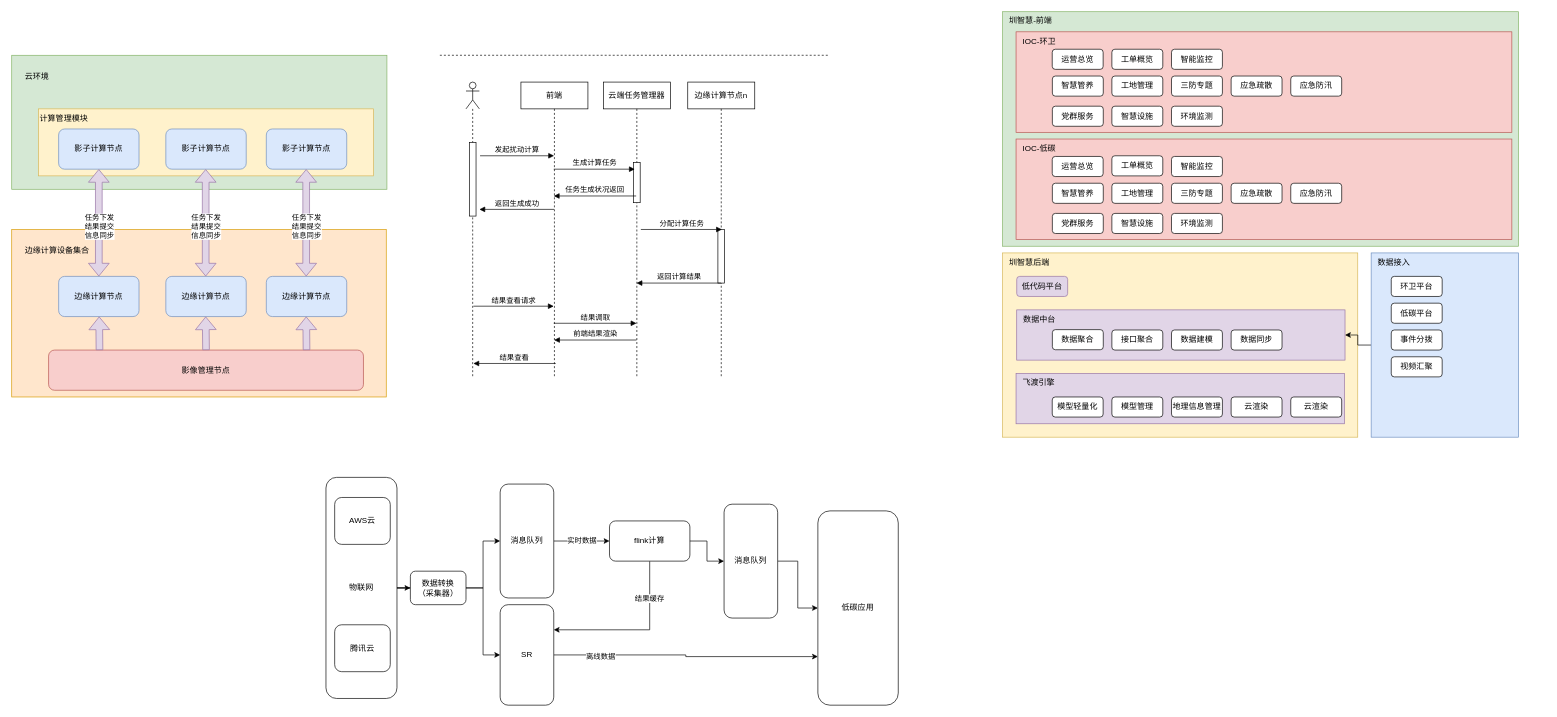
Above: 计算流程.drawio in dforel/dforel (draw.io), before the change. Source tidied: cells renumbered, new cells numbered last; positions are measured from the earlier drawing's top-left corner, leaving out a move shared by most shapes. Both pictures are drawn from the tidied source at 67%, with x=0, y=0 at pixel (11, 11).
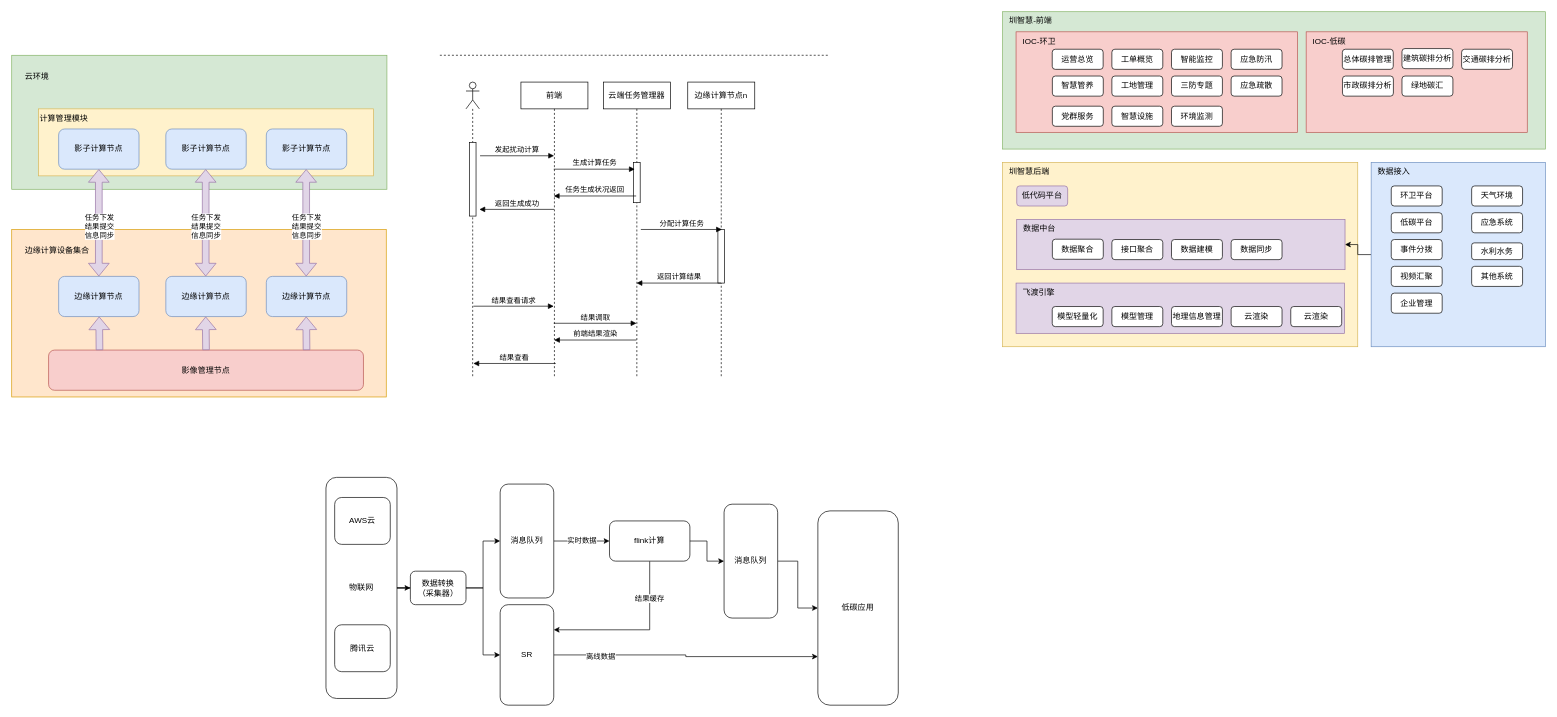
Above is the later version.

Commit message:
更新计算流程.drawio

What changed in the source:
```diff
@@
     <mxCell id="59" value="圳智慧-前端" style="rounded=0;whiteSpace=wrap;html=1;verticalAlign=top;align=left;spacingLeft=8;fillColor=#d5e8d4;strokeColor=#82b366;" parent="1" vertex="1">
-      <mxGeometry x="1479" width="770" height="350" as="geometry" />
+      <mxGeometry x="1479" width="810" height="205" as="geometry" />
     </mxCell>
     <mxCell id="60" value="圳智慧后端" style="rounded=0;whiteSpace=wrap;html=1;verticalAlign=top;align=left;spacingLeft=8;fillColor=#fff2cc;strokeColor=#d6b656;" parent="1" vertex="1">
-      <mxGeometry x="1479" y="360" width="530" height="275" as="geometry" />
+      <mxGeometry x="1479" y="225" width="530" height="275" as="geometry" />
     </mxCell>
     <mxCell id="61" value="低代码平台" style="rounded=1;whiteSpace=wrap;html=1;fillColor=#e1d5e7;strokeColor=#9673a6;" parent="1" vertex="1">
-      <mxGeometry x="1500" y="395" width="76" height="30" as="geometry" />
+      <mxGeometry x="1500" y="260" width="76" height="30" as="geometry" />
     </mxCell>
     <mxCell id="62" value="IOC-环卫" style="rounded=0;whiteSpace=wrap;html=1;verticalAlign=top;align=left;spacingLeft=8;fillColor=#f8cecc;strokeColor=#b85450;" parent="1" vertex="1">
-      <mxGeometry x="1499" y="30" width="740" height="150" as="geometry" />
+      <mxGeometry x="1499" y="30" width="420" height="150" as="geometry" />
     </mxCell>
@@
     <mxCell id="70" value="应急防汛" style="rounded=1;whiteSpace=wrap;html=1;" parent="1" vertex="1">
-      <mxGeometry x="1909" y="96" width="76" height="30" as="geometry" />
+      <mxGeometry x="1820" y="56" width="76" height="30" as="geometry" />
     </mxCell>
@@
     <mxCell id="74" value="IOC-低碳" style="rounded=0;whiteSpace=wrap;html=1;verticalAlign=top;align=left;spacingLeft=8;fillColor=#f8cecc;strokeColor=#b85450;" parent="1" vertex="1">
-      <mxGeometry x="1499" y="190" width="740" height="150" as="geometry" />
+      <mxGeometry x="1932" y="30" width="330" height="150" as="geometry" />
     </mxCell>
-    <mxCell id="75" value="运营总览" style="rounded=1;whiteSpace=wrap;html=1;" parent="1" vertex="1">
-      <mxGeometry x="1553" y="216" width="76" height="30" as="geometry" />
+    <mxCell id="75" value="总体碳排管理" style="rounded=1;whiteSpace=wrap;html=1;" parent="1" vertex="1">
+      <mxGeometry x="1986" y="56" width="76" height="30" as="geometry" />
     </mxCell>
-    <mxCell id="76" value="工单概览" style="rounded=1;whiteSpace=wrap;html=1;" parent="1" vertex="1">
-      <mxGeometry x="1642" y="215" width="76" height="30" as="geometry" />
+    <mxCell id="76" value="建筑碳排分析" style="rounded=1;whiteSpace=wrap;html=1;" parent="1" vertex="1">
+      <mxGeometry x="2075" y="55" width="76" height="30" as="geometry" />
     </mxCell>
-    <mxCell id="77" value="智能监控" style="rounded=1;whiteSpace=wrap;html=1;" parent="1" vertex="1">
-      <mxGeometry x="1731" y="216" width="76" height="30" as="geometry" />
+    <mxCell id="77" value="交通碳排分析" style="rounded=1;whiteSpace=wrap;html=1;" parent="1" vertex="1">
+      <mxGeometry x="2164" y="56" width="76" height="30" as="geometry" />
     </mxCell>
-    <mxCell id="78" value="智慧管养" style="rounded=1;whiteSpace=wrap;html=1;" parent="1" vertex="1">
-      <mxGeometry x="1553.2" y="256" width="76" height="30" as="geometry" />
+    <mxCell id="78" value="市政碳排分析" style="rounded=1;whiteSpace=wrap;html=1;" parent="1" vertex="1">
+      <mxGeometry x="1986.2" y="96" width="76" height="30" as="geometry" />
     </mxCell>
-    <mxCell id="79" value="工地管理" style="rounded=1;whiteSpace=wrap;html=1;" parent="1" vertex="1">
-      <mxGeometry x="1642" y="256" width="76" height="30" as="geometry" />
+    <mxCell id="79" value="绿地碳汇" style="rounded=1;whiteSpace=wrap;html=1;" parent="1" vertex="1">
+      <mxGeometry x="2075" y="96" width="76" height="30" as="geometry" />
     </mxCell>
-    <mxCell id="80" value="三防专题" style="rounded=1;whiteSpace=wrap;html=1;" parent="1" vertex="1">
-      <mxGeometry x="1731" y="256" width="76" height="30" as="geometry" />
-    </mxCell>
-    <mxCell id="81" value="应急疏散" style="rounded=1;whiteSpace=wrap;html=1;" parent="1" vertex="1">
-      <mxGeometry x="1820" y="256" width="76" height="30" as="geometry" />
-    </mxCell>
-    <mxCell id="82" value="应急防汛" style="rounded=1;whiteSpace=wrap;html=1;" parent="1" vertex="1">
-      <mxGeometry x="1909" y="256" width="76" height="30" as="geometry" />
-    </mxCell>
-    <mxCell id="83" value="党群服务" style="rounded=1;whiteSpace=wrap;html=1;" parent="1" vertex="1">
-      <mxGeometry x="1553.2" y="301" width="76" height="30" as="geometry" />
-    </mxCell>
-    <mxCell id="84" value="智慧设施" style="rounded=1;whiteSpace=wrap;html=1;" parent="1" vertex="1">
-      <mxGeometry x="1642" y="301" width="76" height="30" as="geometry" />
-    </mxCell>
-    <mxCell id="85" value="环境监测" style="rounded=1;whiteSpace=wrap;html=1;" parent="1" vertex="1">
-      <mxGeometry x="1731" y="301" width="76" height="30" as="geometry" />
-    </mxCell>
     <mxCell id="86" value="数据中台" style="rounded=0;whiteSpace=wrap;html=1;verticalAlign=top;align=left;spacingLeft=8;fillColor=#e1d5e7;strokeColor=#9673a6;" parent="1" vertex="1">
-      <mxGeometry x="1500" y="445" width="490" height="75" as="geometry" />
+      <mxGeometry x="1500" y="310" width="490" height="75" as="geometry" />
     </mxCell>
     <mxCell id="87" value="数据聚合" style="rounded=1;whiteSpace=wrap;html=1;" parent="1" vertex="1">
-      <mxGeometry x="1553.2" y="474.5" width="76" height="30" as="geometry" />
+      <mxGeometry x="1553.2" y="339.5" width="76" height="30" as="geometry" />
     </mxCell>
     <mxCell id="88" value="接口聚合" style="rounded=1;whiteSpace=wrap;html=1;" parent="1" vertex="1">
-      <mxGeometry x="1642" y="475" width="76" height="30" as="geometry" />
+      <mxGeometry x="1642" y="340" width="76" height="30" as="geometry" />
     </mxCell>
     <mxCell id="89" value="数据建模" style="rounded=1;whiteSpace=wrap;html=1;" parent="1" vertex="1">
-      <mxGeometry x="1731" y="475" width="76" height="30" as="geometry" />
+      <mxGeometry x="1731" y="340" width="76" height="30" as="geometry" />
     </mxCell>
     <mxCell id="90" value="数据同步" style="rounded=1;whiteSpace=wrap;html=1;" parent="1" vertex="1">
-      <mxGeometry x="1820" y="475" width="76" height="30" as="geometry" />
+      <mxGeometry x="1820" y="340" width="76" height="30" as="geometry" />
     </mxCell>
     <mxCell id="91" value="飞渡引擎" style="rounded=0;whiteSpace=wrap;html=1;verticalAlign=top;align=left;spacingLeft=8;fillColor=#e1d5e7;strokeColor=#9673a6;" parent="1" vertex="1">
-      <mxGeometry x="1499" y="540" width="490" height="75" as="geometry" />
+      <mxGeometry x="1499" y="405" width="490" height="75" as="geometry" />
     </mxCell>
     <mxCell id="92" value="模型轻量化" style="rounded=1;whiteSpace=wrap;html=1;" parent="1" vertex="1">
-      <mxGeometry x="1553" y="575" width="76" height="30" as="geometry" />
+      <mxGeometry x="1553" y="440" width="76" height="30" as="geometry" />
     </mxCell>
     <mxCell id="93" value="模型管理" style="rounded=1;whiteSpace=wrap;html=1;" parent="1" vertex="1">
-      <mxGeometry x="1642" y="575" width="76" height="30" as="geometry" />
+      <mxGeometry x="1642" y="440" width="76" height="30" as="geometry" />
     </mxCell>
     <mxCell id="94" value="地理信息管理" style="rounded=1;whiteSpace=wrap;html=1;" parent="1" vertex="1">
-      <mxGeometry x="1731" y="575" width="76" height="30" as="geometry" />
+      <mxGeometry x="1731" y="440" width="76" height="30" as="geometry" />
     </mxCell>
     <mxCell id="95" value="云渲染" style="rounded=1;whiteSpace=wrap;html=1;" parent="1" vertex="1">
-      <mxGeometry x="1820" y="575" width="76" height="30" as="geometry" />
+      <mxGeometry x="1820" y="440" width="76" height="30" as="geometry" />
     </mxCell>
     <mxCell id="96" value="云渲染" style="rounded=1;whiteSpace=wrap;html=1;" parent="1" vertex="1">
-      <mxGeometry x="1909" y="575" width="76" height="30" as="geometry" />
+      <mxGeometry x="1909" y="440" width="76" height="30" as="geometry" />
     </mxCell>
@@
     <mxCell id="98" value="数据接入" style="rounded=0;whiteSpace=wrap;html=1;verticalAlign=top;align=left;spacingLeft=8;fillColor=#dae8fc;strokeColor=#6c8ebf;" parent="1" vertex="1">
-      <mxGeometry x="2029" y="360" width="220" height="275" as="geometry" />
+      <mxGeometry x="2029" y="225" width="260" height="275" as="geometry" />
     </mxCell>
     <mxCell id="99" value="环卫平台" style="rounded=1;whiteSpace=wrap;html=1;" parent="1" vertex="1">
-      <mxGeometry x="2059" y="395" width="76" height="30" as="geometry" />
+      <mxGeometry x="2059" y="260" width="76" height="30" as="geometry" />
     </mxCell>
     <mxCell id="100" value="低碳平台" style="rounded=1;whiteSpace=wrap;html=1;" parent="1" vertex="1">
-      <mxGeometry x="2059" y="435" width="76" height="30" as="geometry" />
+      <mxGeometry x="2059" y="300" width="76" height="30" as="geometry" />
     </mxCell>
     <mxCell id="101" value="事件分拨" style="rounded=1;whiteSpace=wrap;html=1;" parent="1" vertex="1">
-      <mxGeometry x="2059" y="475" width="76" height="30" as="geometry" />
+      <mxGeometry x="2059" y="340" width="76" height="30" as="geometry" />
     </mxCell>
     <mxCell id="102" value="视频汇聚" style="rounded=1;whiteSpace=wrap;html=1;" parent="1" vertex="1">
-      <mxGeometry x="2059" y="515" width="76" height="30" as="geometry" />
+      <mxGeometry x="2059" y="380" width="76" height="30" as="geometry" />
     </mxCell>
+    <mxCell id="103" value="企业管理" style="rounded=1;whiteSpace=wrap;html=1;" parent="1" vertex="1">
+      <mxGeometry x="2059" y="420" width="76" height="30" as="geometry" />
+    </mxCell>
+    <mxCell id="104" value="天气环境" style="rounded=1;whiteSpace=wrap;html=1;" parent="1" vertex="1">
+      <mxGeometry x="2179" y="260" width="76" height="30" as="geometry" />
+    </mxCell>
+    <mxCell id="105" value="应急系统" style="rounded=1;whiteSpace=wrap;html=1;" parent="1" vertex="1">
+      <mxGeometry x="2179" y="300" width="76" height="30" as="geometry" />
+    </mxCell>
+    <mxCell id="106" value="水利水务" style="rounded=1;whiteSpace=wrap;html=1;" parent="1" vertex="1">
+      <mxGeometry x="2179" y="345" width="76" height="25" as="geometry" />
+    </mxCell>
+    <mxCell id="107" value="其他系统" style="rounded=1;whiteSpace=wrap;html=1;" parent="1" vertex="1">
+      <mxGeometry x="2179" y="380" width="76" height="30" as="geometry" />
+    </mxCell>
```
